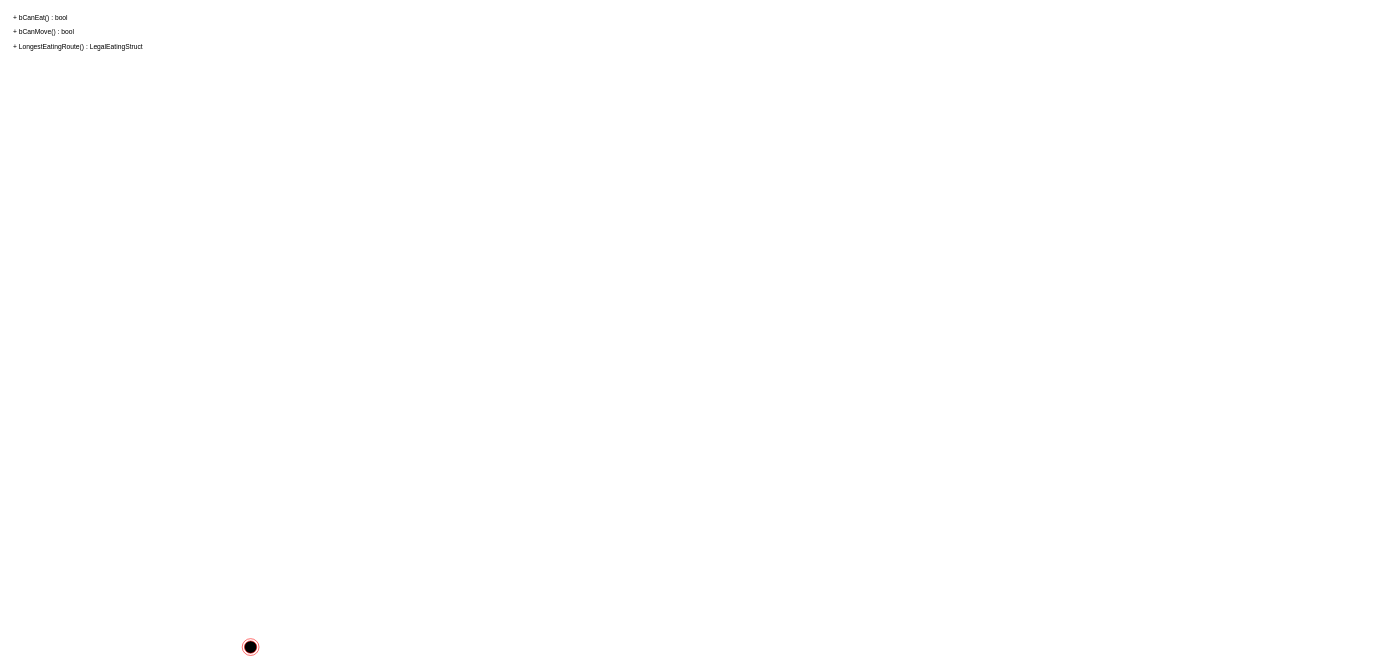
Earlier version of the draw.io diagram page "Men activity diagrams" (5 of 6) of Draughts.drawio (TheKrillenum/Draught). Source tidied: cells renumbered, new cells numbered last; positions are measured from the earlier drawing's top-left corner, leaving out a move shared by most shapes. Both pictures are drawn from the tidied source at 56%, with x=0, y=0 at pixel (10, 10).
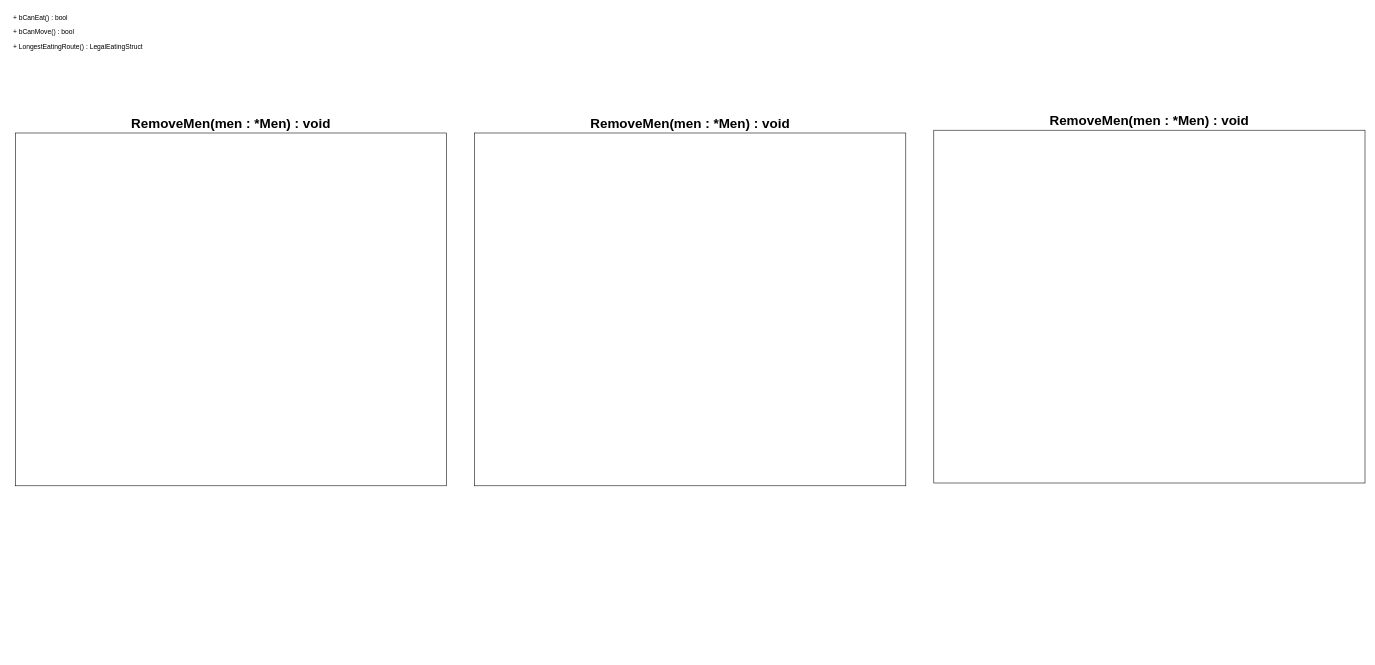
The same page after the edit.

Diff of the diagram source:
```diff
@@
 <mxGraphModel>
   <root>
     <mxCell id="0" />
     <mxCell id="1" parent="0" />
-    <mxCell id="2" style="ellipse;html=1;shape=endState;fillColor=#000000;strokeColor=#ff0000;" parent="1" vertex="1">
-      <mxGeometry x="415" y="1123" width="30" height="30" as="geometry" />
-    </mxCell>
     <mxCell id="3" value="+ bCanEat() : bool" style="text;strokeColor=none;fillColor=none;align=left;verticalAlign=top;spacingLeft=4;spacingRight=4;overflow=hidden;" parent="1" vertex="1">
       <mxGeometry width="280" height="26" as="geometry" />
     </mxCell>
     <mxCell id="4" value="+ bCanMove() : bool" style="text;strokeColor=none;fillColor=none;align=left;verticalAlign=top;spacingLeft=4;spacingRight=4;overflow=hidden;" parent="1" vertex="1">
       <mxGeometry y="26" width="280" height="26" as="geometry" />
     </mxCell>
     <mxCell id="5" value="+ LongestEatingRoute() : LegalEatingStruct" style="text;strokeColor=none;fillColor=none;align=left;verticalAlign=top;spacingLeft=4;spacingRight=4;overflow=hidden;" parent="1" vertex="1">
       <mxGeometry y="52" width="280" height="26" as="geometry" />
     </mxCell>
+    <mxCell id="6" value="&lt;span style=&quot;text-align: left;&quot;&gt;&lt;font style=&quot;font-size: 24px;&quot;&gt;RemoveMen(men : *Men) : void&lt;/font&gt;&lt;/span&gt;" style="rounded=0;whiteSpace=wrap;html=1;labelPosition=center;verticalLabelPosition=top;align=center;verticalAlign=bottom;fontSize=24;fontStyle=1;" parent="1" vertex="1">
+      <mxGeometry x="10" y="220" width="770" height="630" as="geometry" />
+    </mxCell>
+    <mxCell id="7" value="&lt;span style=&quot;text-align: left;&quot;&gt;&lt;font style=&quot;font-size: 24px;&quot;&gt;RemoveMen(men : *Men) : void&lt;/font&gt;&lt;/span&gt;" style="rounded=0;whiteSpace=wrap;html=1;labelPosition=center;verticalLabelPosition=top;align=center;verticalAlign=bottom;fontSize=24;fontStyle=1;" parent="1" vertex="1">
+      <mxGeometry x="830" y="220" width="770" height="630" as="geometry" />
+    </mxCell>
+    <mxCell id="8" value="&lt;span style=&quot;text-align: left;&quot;&gt;&lt;font style=&quot;font-size: 24px;&quot;&gt;RemoveMen(men : *Men) : void&lt;/font&gt;&lt;/span&gt;" style="rounded=0;whiteSpace=wrap;html=1;labelPosition=center;verticalLabelPosition=top;align=center;verticalAlign=bottom;fontSize=24;fontStyle=1;" parent="1" vertex="1">
+      <mxGeometry x="1650" y="215" width="770" height="630" as="geometry" />
+    </mxCell>
   </root>
 </mxGraphModel>
```
